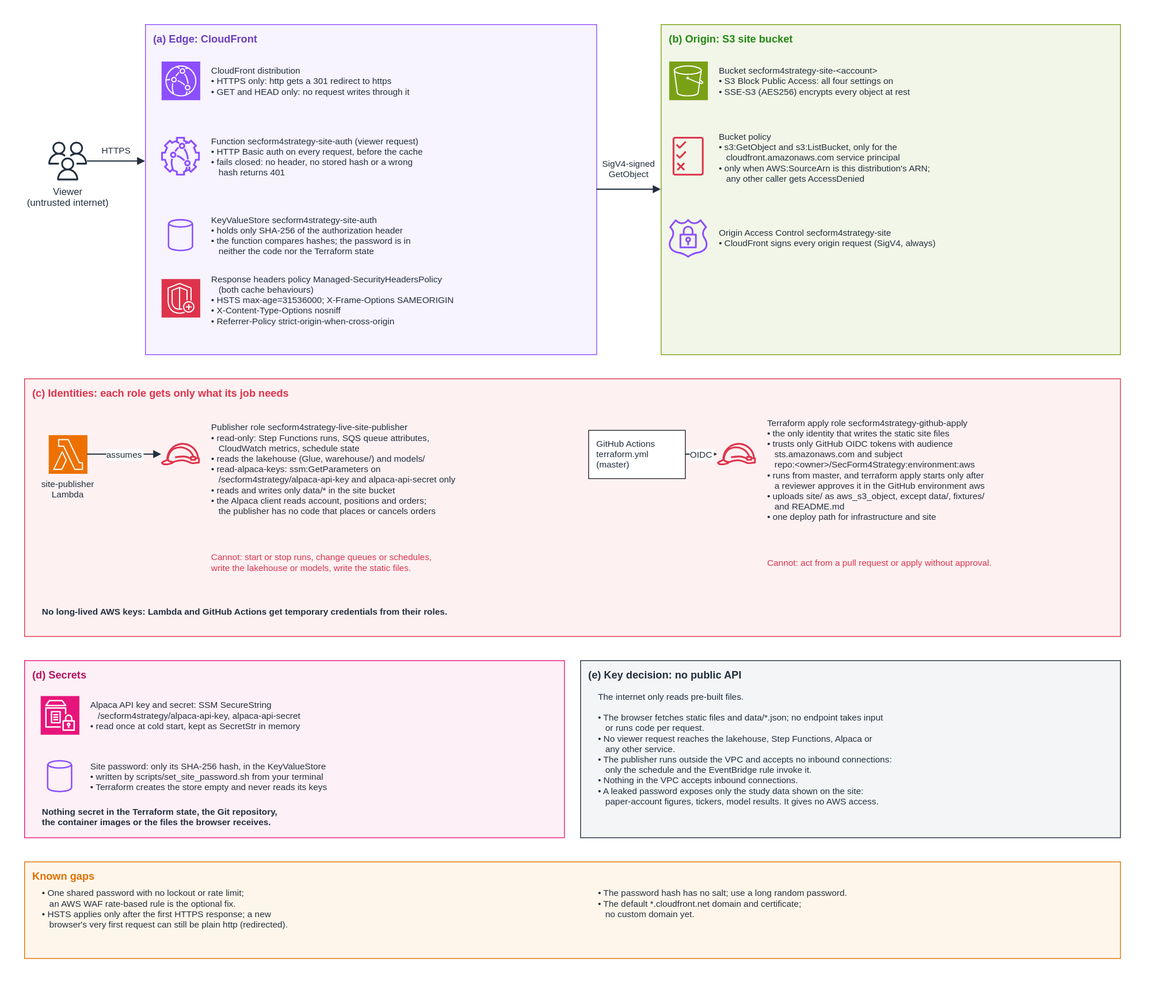
josemita87/SecForm4Strategy keeps this draw.io diagram as docs/diagrams/site-security.drawio.svg. Above is the earlier version. Source tidied: cells renumbered, new cells last; positions are measured from the earlier drawing's top-left corner, leaving out a move shared by most shapes. Its diagram source:
```xml
<mxGraphModel background="#ffffff">
  <root>
    <mxCell id="0" />
    <mxCell id="1" parent="0" />
    <mxCell id="2" value="Viewer&#10;(untrusted internet)" style="outlineConnect=0;fontColor=#232F3E;gradientColor=none;fillColor=#232F3E;strokeColor=none;dashed=0;html=0;fontSize=12;fontStyle=0;shape=mxgraph.aws4.users;labelPosition=center;verticalLabelPosition=bottom;verticalAlign=top;align=center;" parent="1" vertex="1">
      <mxGeometry x="30" y="146" width="48" height="48" as="geometry" />
    </mxCell>
    <mxCell id="3" value="(a) Edge: CloudFront" style="rounded=0;arcSize=6;html=0;fillColor=#F7F3FF;strokeColor=#8C4FFF;fontColor=#6B3FBF;fontSize=13;fontStyle=1;verticalAlign=top;align=left;spacingLeft=8;spacingTop=4;spacingRight=8;" parent="1" vertex="1">
      <mxGeometry x="150" width="560" height="410" as="geometry" />
    </mxCell>
    <mxCell id="4" style="fontColor=#232F3E;fillColor=#8C4FFF;strokeColor=#ffffff;dashed=0;html=0;fontSize=12;fontStyle=0;shape=mxgraph.aws4.resourceIcon;resIcon=mxgraph.aws4.cloudfront;labelPosition=center;verticalLabelPosition=bottom;verticalAlign=top;align=center;" parent="1" vertex="1">
      <mxGeometry x="170" y="46" width="48" height="48" as="geometry" />
    </mxCell>
    <mxCell id="5" value="CloudFront distribution&#10;• HTTPS only: http gets a 301 redirect to https&#10;• GET and HEAD only: no request writes through it" style="text;html=0;strokeColor=none;fillColor=none;align=left;verticalAlign=middle;fontSize=11;fontColor=#232F3E;fontStyle=0;" parent="1" vertex="1">
      <mxGeometry x="230" y="38" width="470" height="64" as="geometry" />
    </mxCell>
    <mxCell id="6" style="fontColor=#232F3E;gradientColor=none;fillColor=#8C4FFF;strokeColor=none;dashed=0;html=0;fontSize=12;fontStyle=0;shape=mxgraph.aws4.cloudfront_functions;labelPosition=center;verticalLabelPosition=bottom;verticalAlign=top;align=center;" parent="1" vertex="1">
      <mxGeometry x="170" y="140" width="48" height="48" as="geometry" />
    </mxCell>
    <mxCell id="7" value="Function secform4strategy-site-auth (viewer request)&#10;• HTTP Basic auth on every request, before the cache&#10;• fails closed: no header, no stored hash or a wrong&#10;   hash returns 401" style="text;html=0;strokeColor=none;fillColor=none;align=left;verticalAlign=middle;fontSize=11;fontColor=#232F3E;fontStyle=0;" parent="1" vertex="1">
      <mxGeometry x="230" y="128" width="470" height="72" as="geometry" />
    </mxCell>
    <mxCell id="8" style="fontColor=#232F3E;gradientColor=none;fillColor=#8C4FFF;strokeColor=none;dashed=0;html=0;fontSize=12;fontStyle=0;shape=mxgraph.aws4.generic_database;labelPosition=center;verticalLabelPosition=bottom;verticalAlign=top;align=center;" parent="1" vertex="1">
      <mxGeometry x="174" y="242" width="40" height="40" as="geometry" />
    </mxCell>
    <mxCell id="9" value="KeyValueStore secform4strategy-site-auth&#10;• holds only SHA-256 of the authorization header&#10;• the function compares hashes; the password is in&#10;   neither the code nor the Terraform state" style="text;html=0;strokeColor=none;fillColor=none;align=left;verticalAlign=middle;fontSize=11;fontColor=#232F3E;fontStyle=0;" parent="1" vertex="1">
      <mxGeometry x="230" y="224" width="470" height="76" as="geometry" />
    </mxCell>
    <mxCell id="10" style="fontColor=#232F3E;fillColor=#DD344C;strokeColor=#ffffff;dashed=0;html=0;fontSize=12;fontStyle=0;shape=mxgraph.aws4.resourceIcon;resIcon=mxgraph.aws4.shield;labelPosition=center;verticalLabelPosition=bottom;verticalAlign=top;align=center;" parent="1" vertex="1">
      <mxGeometry x="170" y="316" width="48" height="48" as="geometry" />
    </mxCell>
    <mxCell id="11" value="Response headers policy Managed-SecurityHeadersPolicy&#10;   (both cache behaviours)&#10;• HSTS max-age=31536000; X-Frame-Options SAMEORIGIN&#10;• X-Content-Type-Options nosniff&#10;• Referrer-Policy strict-origin-when-cross-origin" style="text;html=0;strokeColor=none;fillColor=none;align=left;verticalAlign=middle;fontSize=11;fontColor=#232F3E;fontStyle=0;" parent="1" vertex="1">
      <mxGeometry x="230" y="304" width="470" height="76" as="geometry" />
    </mxCell>
    <mxCell id="12" value="HTTPS" style="edgeStyle=orthogonalEdgeStyle;rounded=0;html=0;endArrow=block;endFill=1;strokeWidth=1.5;strokeColor=#232F3E;fontColor=#232F3E;fontSize=11;labelBackgroundColor=#ffffff;exitX=1;exitY=0.5;exitDx=0;exitDy=0;entryX=0;entryY=0.4146;entryDx=0;entryDy=0;" parent="1" edge="1" source="2" target="3">
      <mxGeometry relative="1" as="geometry">
        <mxPoint y="-14" as="offset" />
      </mxGeometry>
    </mxCell>
    <mxCell id="13" value="(b) Origin: S3 site bucket" style="rounded=0;arcSize=6;html=0;fillColor=#F2F6E8;strokeColor=#7AA116;fontColor=#248814;fontSize=13;fontStyle=1;verticalAlign=top;align=left;spacingLeft=8;spacingTop=4;spacingRight=8;" parent="1" vertex="1">
      <mxGeometry x="790" width="570" height="410" as="geometry" />
    </mxCell>
    <mxCell id="14" style="fontColor=#232F3E;fillColor=#7AA116;strokeColor=#ffffff;dashed=0;html=0;fontSize=12;fontStyle=0;shape=mxgraph.aws4.resourceIcon;resIcon=mxgraph.aws4.s3;labelPosition=center;verticalLabelPosition=bottom;verticalAlign=top;align=center;" parent="1" vertex="1">
      <mxGeometry x="800" y="46" width="48" height="48" as="geometry" />
    </mxCell>
    <mxCell id="15" value="Bucket secform4strategy-site-&lt;account&gt;&#10;• S3 Block Public Access: all four settings on&#10;• SSE-S3 (AES256) encrypts every object at rest" style="text;html=0;strokeColor=none;fillColor=none;align=left;verticalAlign=middle;fontSize=11;fontColor=#232F3E;fontStyle=0;" parent="1" vertex="1">
      <mxGeometry x="860" y="38" width="490" height="64" as="geometry" />
    </mxCell>
    <mxCell id="16" style="fontColor=#232F3E;gradientColor=none;fillColor=#DD344C;strokeColor=none;dashed=0;html=0;fontSize=12;fontStyle=0;shape=mxgraph.aws4.permissions;labelPosition=center;verticalLabelPosition=bottom;verticalAlign=top;align=center;" parent="1" vertex="1">
      <mxGeometry x="800" y="140" width="48" height="48" as="geometry" />
    </mxCell>
    <mxCell id="17" value="Bucket policy&#10;• s3:GetObject and s3:ListBucket, only for the&#10;   cloudfront.amazonaws.com service principal&#10;• only when AWS:SourceArn is this distribution's ARN;&#10;   any other caller gets AccessDenied" style="text;html=0;strokeColor=none;fillColor=none;align=left;verticalAlign=middle;fontSize=11;fontColor=#232F3E;fontStyle=0;" parent="1" vertex="1">
      <mxGeometry x="860" y="122" width="490" height="86" as="geometry" />
    </mxCell>
    <mxCell id="18" style="fontColor=#232F3E;gradientColor=none;fillColor=#8C4FFF;strokeColor=none;dashed=0;html=0;fontSize=12;fontStyle=0;shape=mxgraph.aws4.ssl_padlock;labelPosition=center;verticalLabelPosition=bottom;verticalAlign=top;align=center;" parent="1" vertex="1">
      <mxGeometry x="800" y="242" width="48" height="48" as="geometry" />
    </mxCell>
    <mxCell id="19" value="Origin Access Control secform4strategy-site&#10;• CloudFront signs every origin request (SigV4, always)" style="text;html=0;strokeColor=none;fillColor=none;align=left;verticalAlign=middle;fontSize=11;fontColor=#232F3E;fontStyle=0;" parent="1" vertex="1">
      <mxGeometry x="860" y="240" width="490" height="50" as="geometry" />
    </mxCell>
    <mxCell id="20" value="SigV4-signed&#10;GetObject" style="edgeStyle=orthogonalEdgeStyle;rounded=0;html=0;endArrow=block;endFill=1;strokeWidth=1.5;strokeColor=#232F3E;fontColor=#232F3E;fontSize=11;labelBackgroundColor=#ffffff;exitX=1;exitY=0.5;exitDx=0;exitDy=0;entryX=0;entryY=0.5;entryDx=0;entryDy=0;" parent="1" edge="1" source="3" target="13">
      <mxGeometry relative="1" as="geometry">
        <mxPoint y="-26" as="offset" />
      </mxGeometry>
    </mxCell>
    <mxCell id="21" value="(c) Identities: each role gets only what its job needs" style="rounded=0;arcSize=6;html=0;fillColor=#FDF1F2;strokeColor=#DD344C;fontColor=#DD344C;fontSize=13;fontStyle=1;verticalAlign=top;align=left;spacingLeft=8;spacingTop=4;spacingRight=8;" parent="1" vertex="1">
      <mxGeometry y="440" width="1360" height="320" as="geometry" />
    </mxCell>
    <mxCell id="22" value="site-publisher&#10;Lambda" style="points=[[0,0,0],[0.25,0,0],[0.5,0,0],[0.75,0,0],[1,0,0],[0,1,0],[0.25,1,0],[0.5,1,0],[0.75,1,0],[1,1,0],[0,0.25,0],[0,0.5,0],[0,0.75,0],[1,0.25,0],[1,0.5,0],[1,0.75,0]];outlineConnect=0;fontColor=#232F3E;fillColor=#ED7100;strokeColor=#ffffff;dashed=0;html=0;fontSize=11;fontStyle=0;shape=mxgraph.aws4.resourceIcon;resIcon=mxgraph.aws4.lambda;labelPosition=center;verticalLabelPosition=bottom;verticalAlign=top;align=center;" parent="1" vertex="1">
      <mxGeometry x="30" y="510" width="48" height="48" as="geometry" />
    </mxCell>
    <mxCell id="23" style="outlineConnect=0;fontColor=#232F3E;gradientColor=none;fillColor=#DD344C;strokeColor=none;dashed=0;html=0;fontSize=12;fontStyle=0;shape=mxgraph.aws4.role;labelPosition=center;verticalLabelPosition=bottom;verticalAlign=top;align=center;" parent="1" vertex="1">
      <mxGeometry x="170" y="510" width="48" height="48" as="geometry" />
    </mxCell>
    <mxCell id="24" value="assumes" style="edgeStyle=orthogonalEdgeStyle;rounded=0;html=0;endArrow=block;endFill=1;strokeWidth=1.5;strokeColor=#232F3E;fontColor=#232F3E;fontSize=11;labelBackgroundColor=#ffffff;exitX=1;exitY=0.5;exitDx=0;exitDy=0;entryX=0;entryY=0.5;entryDx=0;entryDy=0;" parent="1" edge="1" source="22" target="23">
      <mxGeometry relative="1" as="geometry" />
    </mxCell>
    <mxCell id="25" value="Publisher role secform4strategy-live-site-publisher&#10;• read-only: Step Functions runs, SQS queue attributes,&#10;   CloudWatch metrics, schedule state&#10;• reads the lakehouse (Glue, warehouse/) and models/&#10;• read-alpaca-keys: ssm:GetParameters on&#10;   /secform4strategy/alpaca-api-key and alpaca-api-secret only&#10;• reads and writes only data/* in the site bucket&#10;• the Alpaca client reads account, positions and orders;&#10;   the publisher has no code that places or cancels orders" style="text;html=0;strokeColor=none;fillColor=none;align=left;verticalAlign=middle;fontSize=11;fontColor=#232F3E;fontStyle=0;" parent="1" vertex="1">
      <mxGeometry x="230" y="470" width="440" height="164" as="geometry" />
    </mxCell>
    <mxCell id="26" value="Cannot: start or stop runs, change queues or schedules,&#10;write the lakehouse or models, write the static files." style="text;html=0;strokeColor=none;fillColor=none;align=left;verticalAlign=middle;fontSize=11;fontColor=#DD344C;fontStyle=0;" parent="1" vertex="1">
      <mxGeometry x="230" y="650" width="440" height="36" as="geometry" />
    </mxCell>
    <mxCell id="27" value="GitHub Actions&#10;terraform.yml&#10;(master)" style="rounded=0;arcSize=6;html=0;fillColor=#FFFFFF;strokeColor=#24292F;fontColor=#232F3E;fontSize=11;fontStyle=0;verticalAlign=top;align=left;spacingLeft=8;spacingTop=4;spacingRight=8;" parent="1" vertex="1">
      <mxGeometry x="700" y="504" width="120" height="60" as="geometry" />
    </mxCell>
    <mxCell id="28" style="outlineConnect=0;fontColor=#232F3E;gradientColor=none;fillColor=#DD344C;strokeColor=none;dashed=0;html=0;fontSize=12;fontStyle=0;shape=mxgraph.aws4.role;labelPosition=center;verticalLabelPosition=bottom;verticalAlign=top;align=center;" parent="1" vertex="1">
      <mxGeometry x="860" y="510" width="48" height="48" as="geometry" />
    </mxCell>
    <mxCell id="29" value="OIDC" style="edgeStyle=orthogonalEdgeStyle;rounded=0;html=0;endArrow=block;endFill=1;strokeWidth=1.5;strokeColor=#232F3E;fontColor=#232F3E;fontSize=11;labelBackgroundColor=#ffffff;exitX=1;exitY=0.5;exitDx=0;exitDy=0;entryX=0;entryY=0.5;entryDx=0;entryDy=0;" parent="1" edge="1" source="27" target="28">
      <mxGeometry relative="1" as="geometry" />
    </mxCell>
    <mxCell id="30" value="Terraform apply role secform4strategy-github-apply&#10;• the only identity that writes the static site files&#10;• trusts only GitHub OIDC tokens with audience&#10;   sts.amazonaws.com and subject&#10;   repo:&lt;owner&gt;/SecForm4Strategy:environment:aws&#10;• runs from master, and terraform apply starts only after&#10;   a reviewer approves it in the GitHub environment aws&#10;• uploads site/ as aws_s3_object, except data/, fixtures/&#10;   and README.md&#10;• one deploy path for infrastructure and site" style="text;html=0;strokeColor=none;fillColor=none;align=left;verticalAlign=middle;fontSize=11;fontColor=#232F3E;fontStyle=0;" parent="1" vertex="1">
      <mxGeometry x="920" y="470" width="430" height="166" as="geometry" />
    </mxCell>
    <mxCell id="31" value="Cannot: act from a pull request or apply without approval." style="text;html=0;strokeColor=none;fillColor=none;align=left;verticalAlign=middle;fontSize=11;fontColor=#DD344C;fontStyle=0;" parent="1" vertex="1">
      <mxGeometry x="920" y="656" width="430" height="24" as="geometry" />
    </mxCell>
    <mxCell id="32" value="No long-lived AWS keys: Lambda and GitHub Actions get temporary credentials from their roles." style="text;html=0;strokeColor=none;fillColor=none;align=left;verticalAlign=middle;fontSize=11;fontColor=#232F3E;fontStyle=1;" parent="1" vertex="1">
      <mxGeometry x="20" y="714" width="900" height="30" as="geometry" />
    </mxCell>
    <mxCell id="33" value="(d) Secrets" style="rounded=0;arcSize=6;html=0;fillColor=#FDF0F6;strokeColor=#E7157B;fontColor=#B0125F;fontSize=13;fontStyle=1;verticalAlign=top;align=left;spacingLeft=8;spacingTop=4;spacingRight=8;" parent="1" vertex="1">
      <mxGeometry y="790" width="670" height="220" as="geometry" />
    </mxCell>
    <mxCell id="34" style="fontColor=#232F3E;fillColor=#E7157B;strokeColor=#ffffff;dashed=0;html=0;fontSize=12;fontStyle=0;shape=mxgraph.aws4.resourceIcon;resIcon=mxgraph.aws4.parameter_store;labelPosition=center;verticalLabelPosition=bottom;verticalAlign=top;align=center;" parent="1" vertex="1">
      <mxGeometry x="20" y="834" width="48" height="48" as="geometry" />
    </mxCell>
    <mxCell id="35" value="Alpaca API key and secret: SSM SecureString&#10;   /secform4strategy/alpaca-api-key, alpaca-api-secret&#10;• read once at cold start, kept as SecretStr in memory" style="text;html=0;strokeColor=none;fillColor=none;align=left;verticalAlign=middle;fontSize=11;fontColor=#232F3E;fontStyle=0;" parent="1" vertex="1">
      <mxGeometry x="80" y="826" width="580" height="64" as="geometry" />
    </mxCell>
    <mxCell id="36" style="fontColor=#232F3E;gradientColor=none;fillColor=#8C4FFF;strokeColor=none;dashed=0;html=0;fontSize=12;fontStyle=0;shape=mxgraph.aws4.generic_database;labelPosition=center;verticalLabelPosition=bottom;verticalAlign=top;align=center;" parent="1" vertex="1">
      <mxGeometry x="24" y="914" width="40" height="40" as="geometry" />
    </mxCell>
    <mxCell id="37" value="Site password: only its SHA-256 hash, in the KeyValueStore&#10;• written by scripts/set_site_password.sh from your terminal&#10;• Terraform creates the store empty and never reads its keys" style="text;html=0;strokeColor=none;fillColor=none;align=left;verticalAlign=middle;fontSize=11;fontColor=#232F3E;fontStyle=0;" parent="1" vertex="1">
      <mxGeometry x="80" y="902" width="580" height="64" as="geometry" />
    </mxCell>
    <mxCell id="38" value="Nothing secret in the Terraform state, the Git repository,&#10;the container images or the files the browser receives." style="text;html=0;strokeColor=none;fillColor=none;align=left;verticalAlign=middle;fontSize=11;fontColor=#232F3E;fontStyle=1;" parent="1" vertex="1">
      <mxGeometry x="20" y="964" width="640" height="40" as="geometry" />
    </mxCell>
    <mxCell id="39" value="(e) Key decision: no public API" style="rounded=0;arcSize=6;html=0;fillColor=#F4F5F7;strokeColor=#232F3E;fontColor=#232F3E;fontSize=13;fontStyle=1;verticalAlign=top;align=left;spacingLeft=8;spacingTop=4;spacingRight=8;" parent="1" vertex="1">
      <mxGeometry x="690" y="790" width="670" height="220" as="geometry" />
    </mxCell>
    <mxCell id="40" value="The internet only reads pre-built files.&#10;&#10;• The browser fetches static files and data/*.json; no endpoint takes input&#10;   or runs code per request.&#10;• No viewer request reaches the lakehouse, Step Functions, Alpaca or&#10;   any other service.&#10;• The publisher runs outside the VPC and accepts no inbound connections:&#10;   only the schedule and the EventBridge rule invoke it.&#10;• Nothing in the VPC accepts inbound connections.&#10;• A leaked password exposes only the study data shown on the site:&#10;   paper-account figures, tickers, model results. It gives no AWS access." style="text;html=0;strokeColor=none;fillColor=none;align=left;verticalAlign=top;fontSize=11;fontColor=#232F3E;fontStyle=0;" parent="1" vertex="1">
      <mxGeometry x="710" y="822" width="640" height="176" as="geometry" />
    </mxCell>
    <mxCell id="41" value="Known gaps" style="rounded=0;arcSize=6;html=0;fillColor=#FFF6EB;strokeColor=#E07000;fontColor=#E07000;fontSize=13;fontStyle=1;verticalAlign=top;align=left;spacingLeft=8;spacingTop=4;spacingRight=8;" parent="1" vertex="1">
      <mxGeometry y="1040" width="1360" height="120" as="geometry" />
    </mxCell>
    <mxCell id="42" value="• One shared password with no lockout or rate limit;&#10;   an AWS WAF rate-based rule is the optional fix.&#10;• HSTS applies only after the first HTTPS response; a new&#10;   browser's very first request can still be plain http (redirected)." style="text;html=0;strokeColor=none;fillColor=none;align=left;verticalAlign=top;fontSize=11;fontColor=#232F3E;fontStyle=0;" parent="1" vertex="1">
      <mxGeometry x="20" y="1066" width="640" height="86" as="geometry" />
    </mxCell>
    <mxCell id="43" value="• The password hash has no salt; use a long random password.&#10;• The default *.cloudfront.net domain and certificate;&#10;   no custom domain yet." style="text;html=0;strokeColor=none;fillColor=none;align=left;verticalAlign=top;fontSize=11;fontColor=#232F3E;fontStyle=0;" parent="1" vertex="1">
      <mxGeometry x="710" y="1066" width="640" height="86" as="geometry" />
    </mxCell>
  </root>
</mxGraphModel>
```
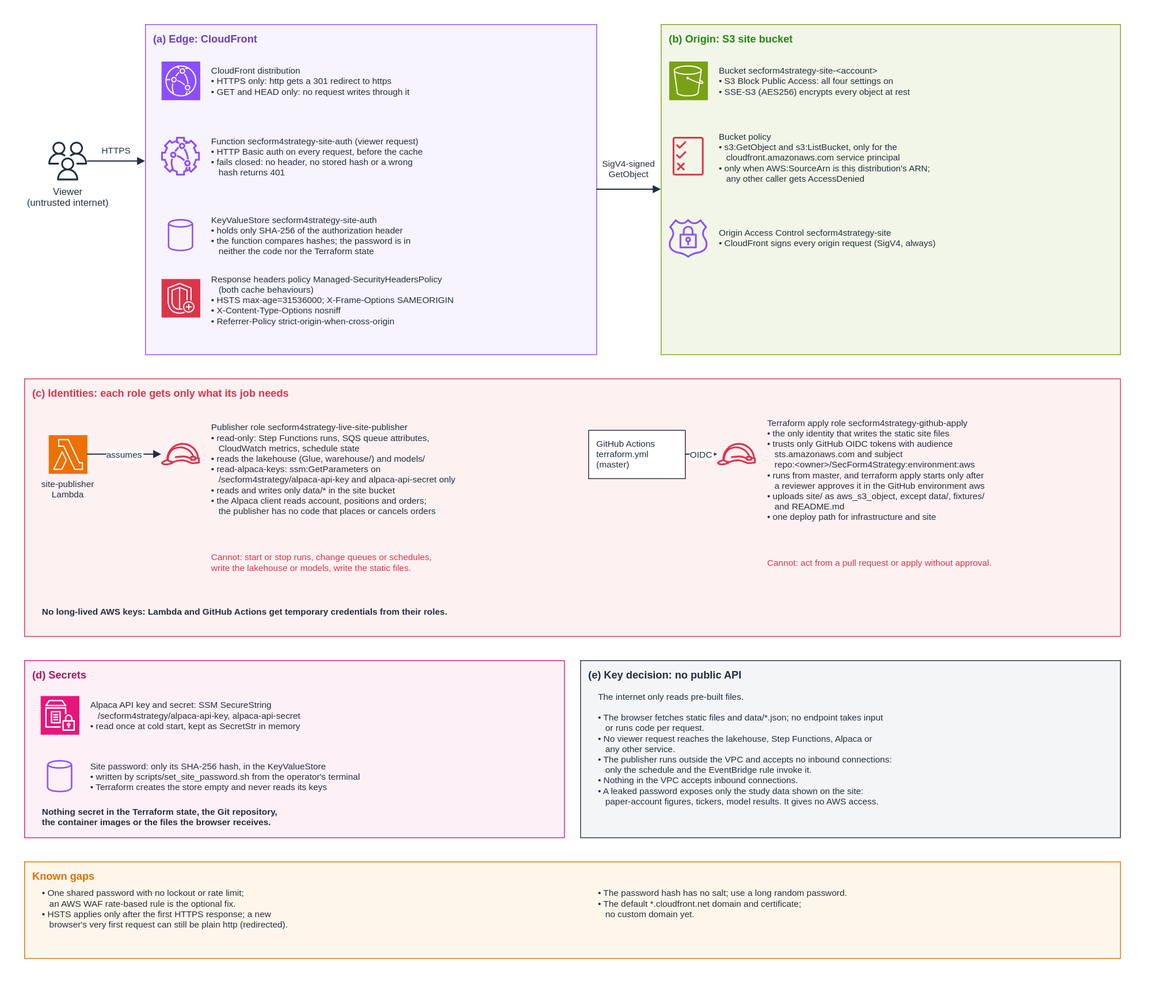
The same file after the commit.

The edit, as a diff of the source:
```diff
@@ -111,7 +111,7 @@
     <mxCell id="36" style="fontColor=#232F3E;gradientColor=none;fillColor=#8C4FFF;strokeColor=none;dashed=0;html=0;fontSize=12;fontStyle=0;shape=mxgraph.aws4.generic_database;labelPosition=center;verticalLabelPosition=bottom;verticalAlign=top;align=center;" parent="1" vertex="1">
       <mxGeometry x="24" y="914" width="40" height="40" as="geometry" />
     </mxCell>
-    <mxCell id="37" value="Site password: only its SHA-256 hash, in the KeyValueStore&#10;• written by scripts/set_site_password.sh from your terminal&#10;• Terraform creates the store empty and never reads its keys" style="text;html=0;strokeColor=none;fillColor=none;align=left;verticalAlign=middle;fontSize=11;fontColor=#232F3E;fontStyle=0;" parent="1" vertex="1">
+    <mxCell id="37" value="Site password: only its SHA-256 hash, in the KeyValueStore&#10;• written by scripts/set_site_password.sh from the operator's terminal&#10;• Terraform creates the store empty and never reads its keys" style="text;html=0;strokeColor=none;fillColor=none;align=left;verticalAlign=middle;fontSize=11;fontColor=#232F3E;fontStyle=0;" parent="1" vertex="1">
       <mxGeometry x="80" y="902" width="580" height="64" as="geometry" />
     </mxCell>
     <mxCell id="38" value="Nothing secret in the Terraform state, the Git repository,&#10;the container images or the files the browser receives." style="text;html=0;strokeColor=none;fillColor=none;align=left;verticalAlign=middle;fontSize=11;fontColor=#232F3E;fontStyle=1;" parent="1" vertex="1">
```
